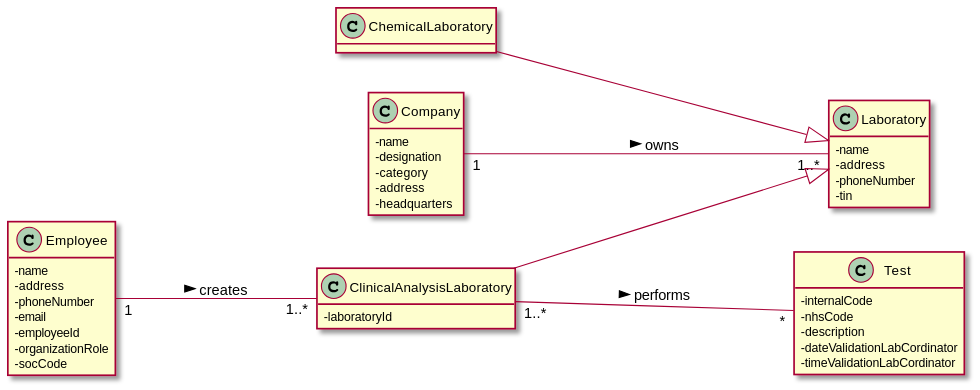
Before: docs/SprintC/SprintB/US08/US08_MD.svg, a diagram exported from PlantUML (manu-07-ela/LAPR2_ISEP).
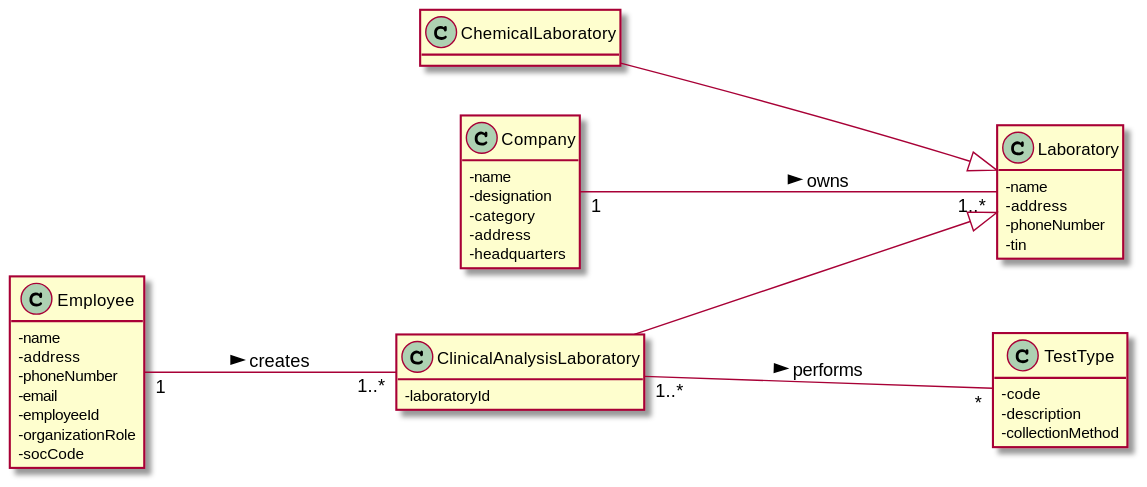
Later version of the same file.

What changed in the source:
```diff
@@ -24,12 +24,10 @@
   -laboratoryId
 }
 
-class Test{
--internalCode
--nhsCode
+class TestType{
+-code
 -description
--dateValidationLabCordinator
--timeValidationLabCordinator
+-collectionMethod
 }
 
 class ChemicalLaboratory{
@@ -48,7 +46,7 @@
 
 Company "1"---- "1..*" Laboratory : owns >
 ClinicalAnalysisLaboratory ----|> Laboratory
-ClinicalAnalysisLaboratory "1..*"----"*" Test : performs >
+ClinicalAnalysisLaboratory "1..*"----"*" TestType : performs >
 Employee "1"---"1..*"ClinicalAnalysisLaboratory : creates >
 ChemicalLaboratory ----|> Laboratory
 
```
